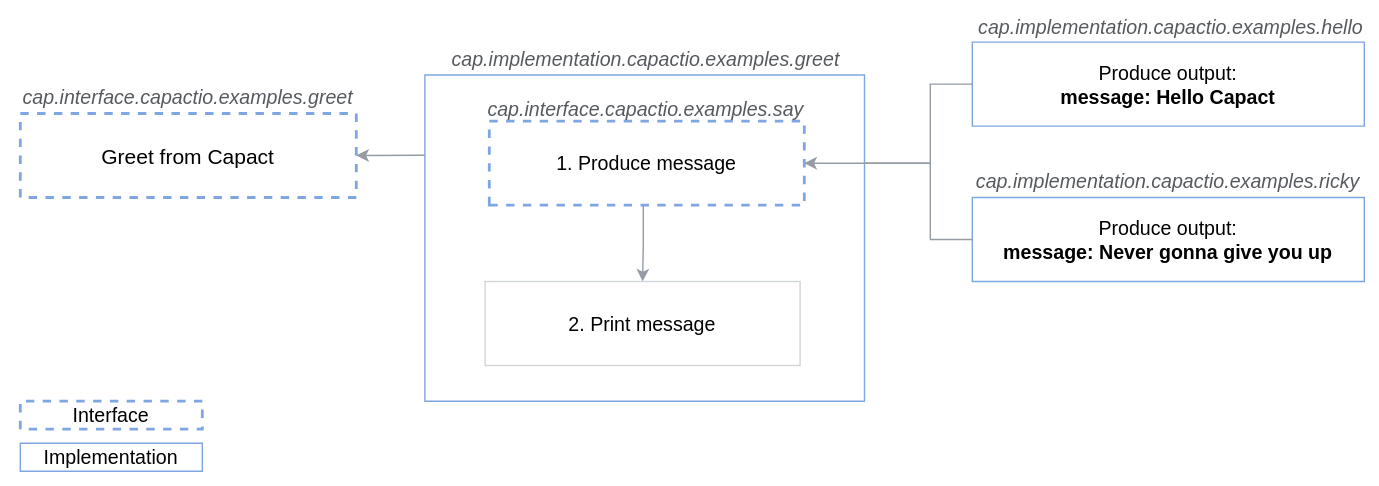
Earlier version of the draw.io export static/blog/2022-01-19/greet-manifests.svg (capactio/website). Source tidied: cells renumbered, new cells last; positions are measured from the earlier drawing's top-left corner, leaving out a move shared by most shapes. Its diagram source:
```xml
<mxGraphModel>
  <root>
    <mxCell id="0" />
    <mxCell id="1" parent="0" />
    <mxCell id="2" style="rounded=0;whiteSpace=wrap;html=1;strokeColor=none;" parent="1" vertex="1">
      <mxGeometry y="2" width="980" height="340" as="geometry" />
    </mxCell>
    <mxCell id="3" style="edgeStyle=orthogonalEdgeStyle;rounded=0;jettySize=auto;html=1;exitX=0.108;exitY=0.245;exitDx=0;exitDy=0;entryX=1;entryY=0.5;entryDx=0;entryDy=0;fontFamily=Helvetica;fontSize=12;fontColor=default;exitPerimeter=0;strokeColor=#959CA4;" parent="1" edge="1" source="13" target="9">
      <mxGeometry relative="1" as="geometry">
        <Array as="points">
          <mxPoint x="333" y="107" />
          <mxPoint x="330" y="107" />
        </Array>
      </mxGeometry>
    </mxCell>
    <mxCell id="4" value="&lt;font style=&quot;font-size: 14px&quot;&gt;Produce output:&lt;br&gt;&lt;span style=&quot;background-color: rgb(255 , 255 , 255)&quot;&gt;&lt;b&gt;message: Hello Capact&lt;/b&gt;&lt;/span&gt;&lt;/font&gt;" style="shape=parallelogram;perimeter=parallelogramPerimeter;whiteSpace=wrap;html=1;fixedSize=1;strokeColor=#7EA6E0;spacing=15;size=-10;" parent="1" vertex="1">
      <mxGeometry x="690" y="25.5" width="280" height="60" as="geometry" />
    </mxCell>
    <mxCell id="5" value="&lt;font style=&quot;font-size: 14px&quot;&gt;Produce output:&lt;br&gt;&lt;span style=&quot;background-color: rgb(255 , 255 , 255)&quot;&gt;&lt;b&gt;message: Never gonna give you up&lt;/b&gt;&lt;/span&gt;&lt;/font&gt;" style="shape=parallelogram;perimeter=parallelogramPerimeter;whiteSpace=wrap;html=1;fixedSize=1;strokeColor=#7EA6E0;spacingRight=0;spacingLeft=0;spacing=15;size=-30;" parent="1" vertex="1">
      <mxGeometry x="690" y="136.5" width="280" height="60" as="geometry" />
    </mxCell>
    <mxCell id="6" style="endArrow=none;html=1;exitX=0;exitY=0.5;exitDx=0;exitDy=0;jumpStyle=none;edgeStyle=orthogonalEdgeStyle;rounded=0;endFill=0;strokeColor=#959CA4;" parent="1" edge="1" source="4">
      <mxGeometry relative="1" as="geometry">
        <mxPoint x="560" y="112" as="targetPoint" />
        <Array as="points">
          <mxPoint x="660" y="56" />
          <mxPoint x="660" y="112" />
        </Array>
      </mxGeometry>
    </mxCell>
    <mxCell id="7" value="&lt;p&gt;&lt;span style=&quot;font-weight: 400 ; letter-spacing: normal ; text-indent: 0px ; text-transform: none ; word-spacing: 0px ; background-color: rgb(255 , 255 , 255) ; display: inline ; float: none&quot;&gt;&lt;i&gt;&lt;font style=&quot;font-size: 14px&quot;&gt;cap.implementation.capactio.examples.hello&lt;/font&gt;&lt;/i&gt;&lt;/span&gt;&lt;/p&gt;" style="text;whiteSpace=wrap;html=1;fontSize=11;fontColor=#565A5E;verticalAlign=middle;align=center;" parent="1" vertex="1">
      <mxGeometry x="712" width="240" height="30" as="geometry" />
    </mxCell>
    <mxCell id="8" value="&lt;p&gt;&lt;span style=&quot;font-weight: 400 ; letter-spacing: normal ; text-indent: 0px ; text-transform: none ; word-spacing: 0px ; background-color: rgb(255 , 255 , 255) ; display: inline ; float: none&quot;&gt;&lt;i&gt;&lt;font style=&quot;font-size: 14px&quot; color=&quot;#565a5e&quot;&gt;cap.implementation.capactio.examples.ricky&lt;/font&gt;&lt;/i&gt;&lt;/span&gt;&lt;/p&gt;" style="text;whiteSpace=wrap;html=1;fontSize=11;align=center;verticalAlign=middle;fontColor=default;" parent="1" vertex="1">
      <mxGeometry x="700" y="110" width="260" height="30" as="geometry" />
    </mxCell>
    <mxCell id="9" value="&lt;font style=&quot;font-size: 15px&quot;&gt;Greet from Capact&lt;/font&gt;" style="shape=parallelogram;perimeter=parallelogramPerimeter;whiteSpace=wrap;html=1;fixedSize=1;dashed=1;strokeColor=#7EA6E0;size=-20;strokeWidth=2;" parent="1" vertex="1">
      <mxGeometry x="10" y="76.5" width="240" height="60" as="geometry" />
    </mxCell>
    <mxCell id="10" value="&lt;p style=&quot;box-sizing: border-box ; margin-top: 0px ; margin-bottom: 0px ; overflow-wrap: normal ; padding: 16px ; overflow: auto ; line-height: 1.45 ; border-radius: 6px ; word-break: normal ; font-weight: 400 ; letter-spacing: normal ; text-indent: 0px ; text-transform: none ; word-spacing: 0px&quot;&gt;&lt;font size=&quot;1&quot;&gt;&lt;i style=&quot;font-size: 14px&quot;&gt;cap.interface.capactio.examples.greet&lt;/i&gt;&lt;/font&gt;&lt;/p&gt;" style="text;whiteSpace=wrap;html=1;align=center;verticalAlign=middle;fontColor=#565A5E;" parent="1" vertex="1">
      <mxGeometry y="54.5" width="260" height="20" as="geometry" />
    </mxCell>
    <mxCell id="11" value="&lt;font style=&quot;font-size: 14px&quot;&gt;Implementation&lt;/font&gt;" style="shape=parallelogram;perimeter=parallelogramPerimeter;whiteSpace=wrap;html=1;fixedSize=1;strokeColor=#7EA6E0;spacing=15;size=-30;" parent="1" vertex="1">
      <mxGeometry x="10" y="312" width="130" height="20" as="geometry" />
    </mxCell>
    <mxCell id="12" value="&lt;font style=&quot;font-size: 14px&quot;&gt;Interface&lt;/font&gt;" style="shape=parallelogram;perimeter=parallelogramPerimeter;whiteSpace=wrap;html=1;fixedSize=1;strokeColor=#7EA6E0;spacing=15;dashed=1;size=-30;strokeWidth=2;" parent="1" vertex="1">
      <mxGeometry x="10" y="282" width="130" height="20" as="geometry" />
    </mxCell>
    <mxCell id="13" style="shape=parallelogram;perimeter=parallelogramPerimeter;whiteSpace=wrap;html=1;fixedSize=1;strokeColor=#7EA6E0;spacing=15;size=-39;" parent="1" vertex="1">
      <mxGeometry x="299" y="49" width="314" height="233" as="geometry" />
    </mxCell>
    <mxCell id="14" style="edgeStyle=orthogonalEdgeStyle;rounded=0;jettySize=auto;html=1;entryX=0.5;entryY=0;entryDx=0;entryDy=0;strokeColor=#959CA4;" parent="1" edge="1" target="15">
      <mxGeometry relative="1" as="geometry">
        <mxPoint x="455" y="142" as="sourcePoint" />
      </mxGeometry>
    </mxCell>
    <mxCell id="15" value="&lt;font style=&quot;font-size: 14px&quot;&gt;2. Print message&lt;/font&gt;" style="rounded=0;whiteSpace=wrap;html=1;strokeColor=#D2D5D9;align=center;" parent="1" vertex="1">
      <mxGeometry x="342" y="196.5" width="225" height="60" as="geometry" />
    </mxCell>
    <mxCell id="16" value="&lt;font style=&quot;font-size: 14px&quot;&gt;1. Produce message&lt;/font&gt;" style="shape=parallelogram;perimeter=parallelogramPerimeter;whiteSpace=wrap;html=1;fixedSize=1;dashed=1;strokeColor=#7EA6E0;size=-25;strokeWidth=2;" parent="1" vertex="1">
      <mxGeometry x="345" y="82" width="225" height="60" as="geometry" />
    </mxCell>
    <mxCell id="17" value="&lt;p style=&quot;box-sizing: border-box ; margin-top: 0px ; margin-bottom: 0px ; overflow-wrap: normal ; padding: 16px ; overflow: auto ; line-height: 1.45 ; border-radius: 6px ; word-break: normal ; font-weight: 400 ; letter-spacing: normal ; text-indent: 0px ; text-transform: none ; word-spacing: 0px&quot;&gt;&lt;font size=&quot;1&quot;&gt;&lt;i style=&quot;font-size: 14px&quot;&gt;cap.interface.capactio.examples.say&lt;/i&gt;&lt;/font&gt;&lt;/p&gt;" style="text;whiteSpace=wrap;html=1;align=center;verticalAlign=middle;fontColor=#565A5E;" parent="1" vertex="1">
      <mxGeometry x="327" y="63.5" width="260" height="20" as="geometry" />
    </mxCell>
    <mxCell id="18" value="&lt;p&gt;&lt;span style=&quot;font-weight: 400 ; letter-spacing: normal ; text-indent: 0px ; text-transform: none ; word-spacing: 0px ; background-color: rgb(255 , 255 , 255) ; display: inline ; float: none&quot;&gt;&lt;font style=&quot;font-size: 14px&quot;&gt;cap.implementation.capactio.examples.greet&lt;/font&gt;&lt;/span&gt;&lt;/p&gt;" style="text;whiteSpace=wrap;html=1;fontSize=12;fontFamily=Helvetica;fontColor=#565A5E;align=center;verticalAlign=middle;fontStyle=2;" parent="1" vertex="1">
      <mxGeometry x="332" y="30" width="250" height="15.5" as="geometry" />
    </mxCell>
    <mxCell id="19" style="endArrow=classic;html=1;exitX=0;exitY=0.5;exitDx=0;exitDy=0;jumpStyle=none;edgeStyle=orthogonalEdgeStyle;rounded=0;strokeColor=#959CA4;" parent="1" edge="1" source="5">
      <mxGeometry relative="1" as="geometry">
        <mxPoint x="570" y="112" as="targetPoint" />
        <Array as="points">
          <mxPoint x="660" y="167" />
          <mxPoint x="660" y="112" />
        </Array>
      </mxGeometry>
    </mxCell>
  </root>
</mxGraphModel>
```
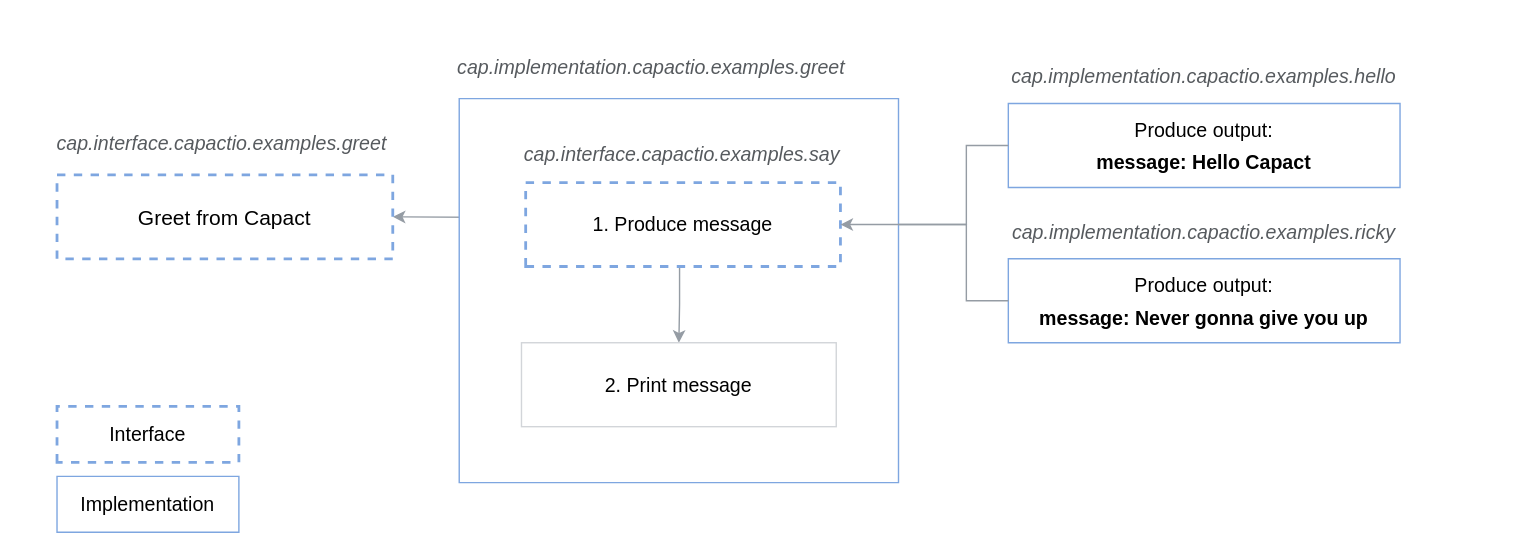
The same diagram one commit later.

Diff of the diagram source:
```diff
@@ -3,7 +3,7 @@
     <mxCell id="0" />
     <mxCell id="1" parent="0" />
     <mxCell id="2" style="rounded=0;whiteSpace=wrap;html=1;strokeColor=none;" parent="1" vertex="1">
-      <mxGeometry y="2" width="980" height="340" as="geometry" />
+      <mxGeometry x="-30" y="-48" width="1090" height="390" as="geometry" />
     </mxCell>
     <mxCell id="3" style="edgeStyle=orthogonalEdgeStyle;rounded=0;jettySize=auto;html=1;exitX=0.108;exitY=0.245;exitDx=0;exitDy=0;entryX=1;entryY=0.5;entryDx=0;entryDy=0;fontFamily=Helvetica;fontSize=12;fontColor=default;exitPerimeter=0;strokeColor=#959CA4;" parent="1" edge="1" source="13" target="9">
       <mxGeometry relative="1" as="geometry">
@@ -13,10 +13,10 @@
         </Array>
       </mxGeometry>
     </mxCell>
-    <mxCell id="4" value="&lt;font style=&quot;font-size: 14px&quot;&gt;Produce output:&lt;br&gt;&lt;span style=&quot;background-color: rgb(255 , 255 , 255)&quot;&gt;&lt;b&gt;message: Hello Capact&lt;/b&gt;&lt;/span&gt;&lt;/font&gt;" style="shape=parallelogram;perimeter=parallelogramPerimeter;whiteSpace=wrap;html=1;fixedSize=1;strokeColor=#7EA6E0;spacing=15;size=-10;" parent="1" vertex="1">
+    <mxCell id="4" value="&lt;font style=&quot;font-size: 14px ; line-height: 1.6&quot;&gt;Produce output:&lt;br&gt;&lt;span style=&quot;background-color: rgb(255 , 255 , 255)&quot;&gt;&lt;b&gt;message: Hello Capact&lt;/b&gt;&lt;/span&gt;&lt;/font&gt;" style="shape=parallelogram;perimeter=parallelogramPerimeter;whiteSpace=wrap;html=1;fixedSize=1;strokeColor=#7EA6E0;spacing=15;size=-10;" parent="1" vertex="1">
       <mxGeometry x="690" y="25.5" width="280" height="60" as="geometry" />
     </mxCell>
-    <mxCell id="5" value="&lt;font style=&quot;font-size: 14px&quot;&gt;Produce output:&lt;br&gt;&lt;span style=&quot;background-color: rgb(255 , 255 , 255)&quot;&gt;&lt;b&gt;message: Never gonna give you up&lt;/b&gt;&lt;/span&gt;&lt;/font&gt;" style="shape=parallelogram;perimeter=parallelogramPerimeter;whiteSpace=wrap;html=1;fixedSize=1;strokeColor=#7EA6E0;spacingRight=0;spacingLeft=0;spacing=15;size=-30;" parent="1" vertex="1">
+    <mxCell id="5" value="&lt;font style=&quot;font-size: 14px ; line-height: 1.6&quot;&gt;Produce output:&lt;br&gt;&lt;span style=&quot;background-color: rgb(255 , 255 , 255)&quot;&gt;&lt;b&gt;message: Never gonna give you up&lt;/b&gt;&lt;/span&gt;&lt;/font&gt;" style="shape=parallelogram;perimeter=parallelogramPerimeter;whiteSpace=wrap;html=1;fixedSize=1;strokeColor=#7EA6E0;spacingRight=0;spacingLeft=0;spacing=15;size=-30;" parent="1" vertex="1">
       <mxGeometry x="690" y="136.5" width="280" height="60" as="geometry" />
     </mxCell>
     <mxCell id="6" style="endArrow=none;html=1;exitX=0;exitY=0.5;exitDx=0;exitDy=0;jumpStyle=none;edgeStyle=orthogonalEdgeStyle;rounded=0;endFill=0;strokeColor=#959CA4;" parent="1" edge="1" source="4">
@@ -29,25 +29,25 @@
       </mxGeometry>
     </mxCell>
     <mxCell id="7" value="&lt;p&gt;&lt;span style=&quot;font-weight: 400 ; letter-spacing: normal ; text-indent: 0px ; text-transform: none ; word-spacing: 0px ; background-color: rgb(255 , 255 , 255) ; display: inline ; float: none&quot;&gt;&lt;i&gt;&lt;font style=&quot;font-size: 14px&quot;&gt;cap.implementation.capactio.examples.hello&lt;/font&gt;&lt;/i&gt;&lt;/span&gt;&lt;/p&gt;" style="text;whiteSpace=wrap;html=1;fontSize=11;fontColor=#565A5E;verticalAlign=middle;align=center;" parent="1" vertex="1">
-      <mxGeometry x="712" width="240" height="30" as="geometry" />
+      <mxGeometry x="710" y="-9.2" width="240" height="30" as="geometry" />
     </mxCell>
     <mxCell id="8" value="&lt;p&gt;&lt;span style=&quot;font-weight: 400 ; letter-spacing: normal ; text-indent: 0px ; text-transform: none ; word-spacing: 0px ; background-color: rgb(255 , 255 , 255) ; display: inline ; float: none&quot;&gt;&lt;i&gt;&lt;font style=&quot;font-size: 14px&quot; color=&quot;#565a5e&quot;&gt;cap.implementation.capactio.examples.ricky&lt;/font&gt;&lt;/i&gt;&lt;/span&gt;&lt;/p&gt;" style="text;whiteSpace=wrap;html=1;fontSize=11;align=center;verticalAlign=middle;fontColor=default;" parent="1" vertex="1">
-      <mxGeometry x="700" y="110" width="260" height="30" as="geometry" />
+      <mxGeometry x="700" y="103" width="260" height="30" as="geometry" />
     </mxCell>
     <mxCell id="9" value="&lt;font style=&quot;font-size: 15px&quot;&gt;Greet from Capact&lt;/font&gt;" style="shape=parallelogram;perimeter=parallelogramPerimeter;whiteSpace=wrap;html=1;fixedSize=1;dashed=1;strokeColor=#7EA6E0;size=-20;strokeWidth=2;" parent="1" vertex="1">
       <mxGeometry x="10" y="76.5" width="240" height="60" as="geometry" />
     </mxCell>
     <mxCell id="10" value="&lt;p style=&quot;box-sizing: border-box ; margin-top: 0px ; margin-bottom: 0px ; overflow-wrap: normal ; padding: 16px ; overflow: auto ; line-height: 1.45 ; border-radius: 6px ; word-break: normal ; font-weight: 400 ; letter-spacing: normal ; text-indent: 0px ; text-transform: none ; word-spacing: 0px&quot;&gt;&lt;font size=&quot;1&quot;&gt;&lt;i style=&quot;font-size: 14px&quot;&gt;cap.interface.capactio.examples.greet&lt;/i&gt;&lt;/font&gt;&lt;/p&gt;" style="text;whiteSpace=wrap;html=1;align=center;verticalAlign=middle;fontColor=#565A5E;" parent="1" vertex="1">
-      <mxGeometry y="54.5" width="260" height="20" as="geometry" />
+      <mxGeometry x="-2" y="43.5" width="260" height="20" as="geometry" />
     </mxCell>
     <mxCell id="11" value="&lt;font style=&quot;font-size: 14px&quot;&gt;Implementation&lt;/font&gt;" style="shape=parallelogram;perimeter=parallelogramPerimeter;whiteSpace=wrap;html=1;fixedSize=1;strokeColor=#7EA6E0;spacing=15;size=-30;" parent="1" vertex="1">
-      <mxGeometry x="10" y="312" width="130" height="20" as="geometry" />
+      <mxGeometry x="10" y="292" width="130" height="40" as="geometry" />
     </mxCell>
     <mxCell id="12" value="&lt;font style=&quot;font-size: 14px&quot;&gt;Interface&lt;/font&gt;" style="shape=parallelogram;perimeter=parallelogramPerimeter;whiteSpace=wrap;html=1;fixedSize=1;strokeColor=#7EA6E0;spacing=15;dashed=1;size=-30;strokeWidth=2;" parent="1" vertex="1">
-      <mxGeometry x="10" y="282" width="130" height="20" as="geometry" />
+      <mxGeometry x="10" y="242" width="130" height="40" as="geometry" />
     </mxCell>
     <mxCell id="13" style="shape=parallelogram;perimeter=parallelogramPerimeter;whiteSpace=wrap;html=1;fixedSize=1;strokeColor=#7EA6E0;spacing=15;size=-39;" parent="1" vertex="1">
-      <mxGeometry x="299" y="49" width="314" height="233" as="geometry" />
+      <mxGeometry x="297.5" y="22" width="314" height="274.5" as="geometry" />
     </mxCell>
     <mxCell id="14" style="edgeStyle=orthogonalEdgeStyle;rounded=0;jettySize=auto;html=1;entryX=0.5;entryY=0;entryDx=0;entryDy=0;strokeColor=#959CA4;" parent="1" edge="1" target="15">
       <mxGeometry relative="1" as="geometry">
@@ -61,10 +61,10 @@
       <mxGeometry x="345" y="82" width="225" height="60" as="geometry" />
     </mxCell>
     <mxCell id="17" value="&lt;p style=&quot;box-sizing: border-box ; margin-top: 0px ; margin-bottom: 0px ; overflow-wrap: normal ; padding: 16px ; overflow: auto ; line-height: 1.45 ; border-radius: 6px ; word-break: normal ; font-weight: 400 ; letter-spacing: normal ; text-indent: 0px ; text-transform: none ; word-spacing: 0px&quot;&gt;&lt;font size=&quot;1&quot;&gt;&lt;i style=&quot;font-size: 14px&quot;&gt;cap.interface.capactio.examples.say&lt;/i&gt;&lt;/font&gt;&lt;/p&gt;" style="text;whiteSpace=wrap;html=1;align=center;verticalAlign=middle;fontColor=#565A5E;" parent="1" vertex="1">
-      <mxGeometry x="327" y="63.5" width="260" height="20" as="geometry" />
+      <mxGeometry x="327" y="51.5" width="260" height="20" as="geometry" />
     </mxCell>
     <mxCell id="18" value="&lt;p&gt;&lt;span style=&quot;font-weight: 400 ; letter-spacing: normal ; text-indent: 0px ; text-transform: none ; word-spacing: 0px ; background-color: rgb(255 , 255 , 255) ; display: inline ; float: none&quot;&gt;&lt;font style=&quot;font-size: 14px&quot;&gt;cap.implementation.capactio.examples.greet&lt;/font&gt;&lt;/span&gt;&lt;/p&gt;" style="text;whiteSpace=wrap;html=1;fontSize=12;fontFamily=Helvetica;fontColor=#565A5E;align=center;verticalAlign=middle;fontStyle=2;" parent="1" vertex="1">
-      <mxGeometry x="332" y="30" width="250" height="15.5" as="geometry" />
+      <mxGeometry x="310" y="-8" width="250" height="15.5" as="geometry" />
     </mxCell>
     <mxCell id="19" style="endArrow=classic;html=1;exitX=0;exitY=0.5;exitDx=0;exitDy=0;jumpStyle=none;edgeStyle=orthogonalEdgeStyle;rounded=0;strokeColor=#959CA4;" parent="1" edge="1" source="5">
       <mxGeometry relative="1" as="geometry">
```
